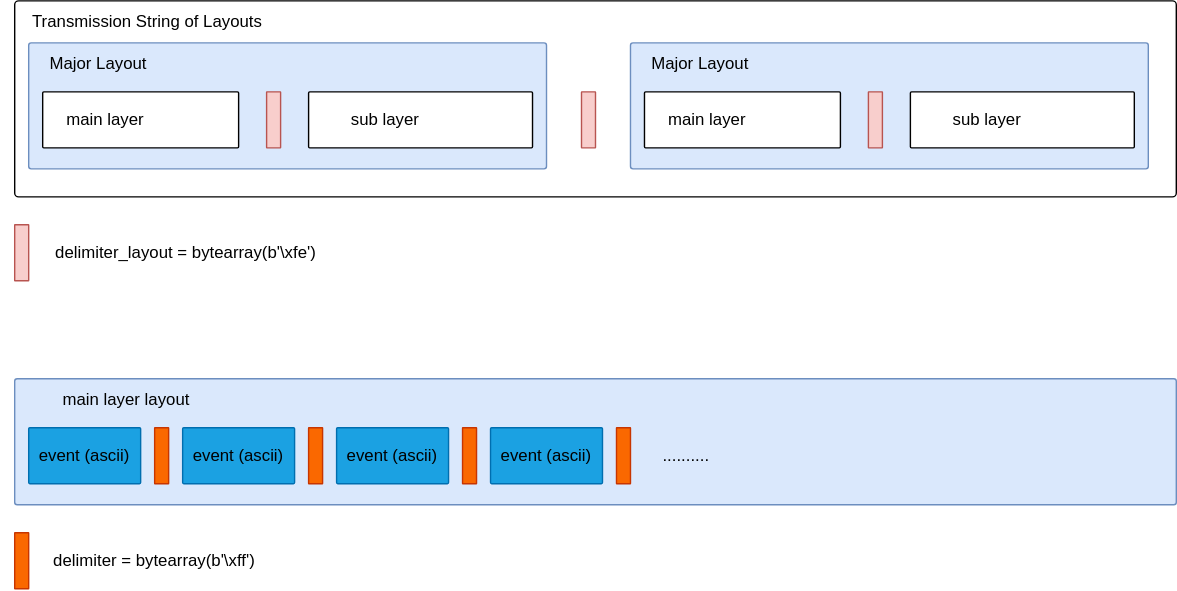
The draw.io diagram readme/layout-transmition.svg in LYNXware/LYNXapp__version_3, before a commit. Source tidied: cells renumbered, new cells last; positions are measured from the earlier drawing's top-left corner, leaving out a move shared by most shapes.
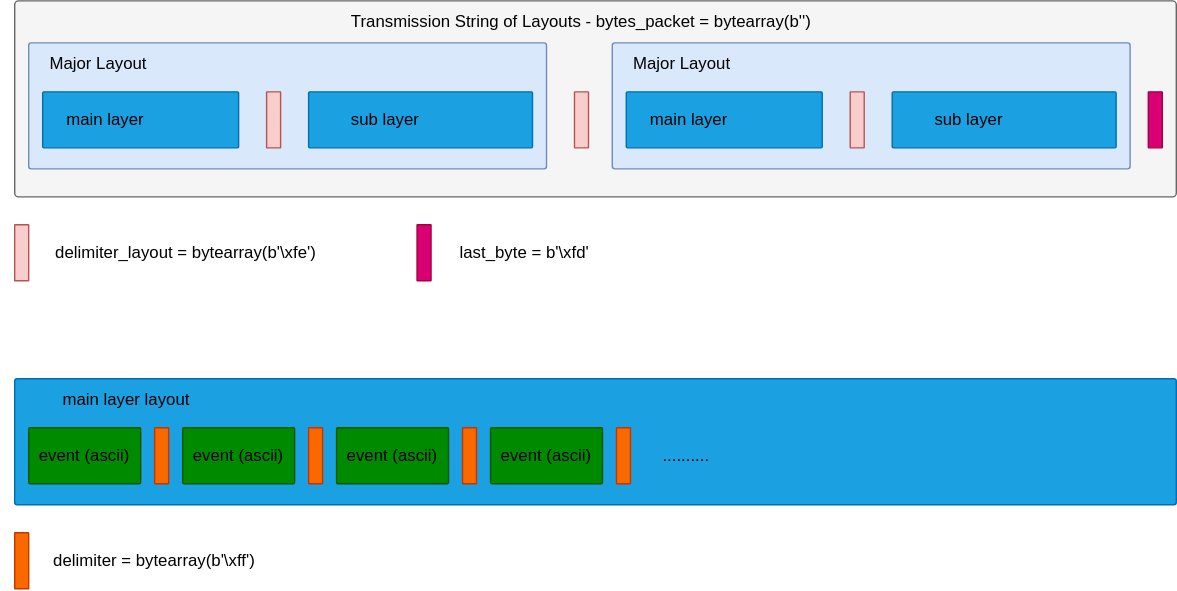
Later version of the same file.

The edit, as a diff of the source:
```diff
@@ -2,19 +2,19 @@
   <root>
     <mxCell id="0" />
     <mxCell id="1" parent="0" />
-    <mxCell id="2" style="rounded=1;whiteSpace=wrap;html=1;arcSize=2;" parent="1" vertex="1">
+    <mxCell id="2" style="rounded=1;whiteSpace=wrap;html=1;arcSize=2;fillColor=#f5f5f5;fontColor=#333333;strokeColor=#666666;" parent="1" vertex="1">
       <mxGeometry x="10" width="830" height="140" as="geometry" />
     </mxCell>
-    <mxCell id="3" value="Transmission String of Layouts" style="text;html=1;strokeColor=none;fillColor=none;align=center;verticalAlign=middle;whiteSpace=wrap;rounded=0;" parent="1" vertex="1">
-      <mxGeometry width="210" height="30" as="geometry" />
+    <mxCell id="3" value="Transmission String of Layouts -&amp;nbsp;bytes_packet = bytearray(b'')" style="text;html=1;strokeColor=none;fillColor=none;align=center;verticalAlign=middle;whiteSpace=wrap;rounded=0;" parent="1" vertex="1">
+      <mxGeometry width="830" height="30" as="geometry" />
     </mxCell>
     <mxCell id="4" style="rounded=1;whiteSpace=wrap;html=1;arcSize=2;fillColor=#dae8fc;strokeColor=#6c8ebf;" parent="1" vertex="1">
       <mxGeometry x="20" y="30" width="370" height="90" as="geometry" />
     </mxCell>
-    <mxCell id="5" style="rounded=1;whiteSpace=wrap;html=1;arcSize=2;" parent="1" vertex="1">
+    <mxCell id="5" style="rounded=1;whiteSpace=wrap;html=1;arcSize=2;fillColor=#1ba1e2;fontColor=#ffffff;strokeColor=#006EAF;" parent="1" vertex="1">
       <mxGeometry x="30" y="65" width="140" height="40" as="geometry" />
     </mxCell>
-    <mxCell id="6" style="rounded=1;whiteSpace=wrap;html=1;arcSize=2;" parent="1" vertex="1">
+    <mxCell id="6" style="rounded=1;whiteSpace=wrap;html=1;arcSize=2;fillColor=#1ba1e2;fontColor=#ffffff;strokeColor=#006EAF;" parent="1" vertex="1">
       <mxGeometry x="220" y="65" width="160" height="40" as="geometry" />
     </mxCell>
     <mxCell id="7" value="Major Layout" style="text;html=1;strokeColor=none;fillColor=none;align=center;verticalAlign=middle;whiteSpace=wrap;rounded=0;" parent="1" vertex="1">
@@ -36,33 +36,33 @@
       <mxGeometry x="20" y="165" width="225" height="30" as="geometry" />
     </mxCell>
     <mxCell id="13" style="rounded=1;whiteSpace=wrap;html=1;arcSize=2;fillColor=#dae8fc;strokeColor=#6c8ebf;" parent="1" vertex="1">
-      <mxGeometry x="450" y="30" width="370" height="90" as="geometry" />
+      <mxGeometry x="437" y="30" width="370" height="90" as="geometry" />
     </mxCell>
-    <mxCell id="14" style="rounded=1;whiteSpace=wrap;html=1;arcSize=2;" parent="1" vertex="1">
-      <mxGeometry x="460" y="65" width="140" height="40" as="geometry" />
+    <mxCell id="14" style="rounded=1;whiteSpace=wrap;html=1;arcSize=2;fillColor=#1ba1e2;fontColor=#ffffff;strokeColor=#006EAF;" parent="1" vertex="1">
+      <mxGeometry x="447" y="65" width="140" height="40" as="geometry" />
     </mxCell>
-    <mxCell id="15" style="rounded=1;whiteSpace=wrap;html=1;arcSize=2;" parent="1" vertex="1">
-      <mxGeometry x="650" y="65" width="160" height="40" as="geometry" />
+    <mxCell id="15" style="rounded=1;whiteSpace=wrap;html=1;arcSize=2;fillColor=#1ba1e2;fontColor=#ffffff;strokeColor=#006EAF;" parent="1" vertex="1">
+      <mxGeometry x="637" y="65" width="160" height="40" as="geometry" />
     </mxCell>
     <mxCell id="16" value="Major Layout" style="text;html=1;strokeColor=none;fillColor=none;align=center;verticalAlign=middle;whiteSpace=wrap;rounded=0;" parent="1" vertex="1">
-      <mxGeometry x="450" y="30" width="100" height="30" as="geometry" />
+      <mxGeometry x="437" y="30" width="100" height="30" as="geometry" />
     </mxCell>
     <mxCell id="17" value="main layer" style="text;html=1;strokeColor=none;fillColor=none;align=center;verticalAlign=middle;whiteSpace=wrap;rounded=0;" parent="1" vertex="1">
-      <mxGeometry x="460" y="70" width="90" height="30" as="geometry" />
+      <mxGeometry x="447" y="70" width="90" height="30" as="geometry" />
     </mxCell>
     <mxCell id="18" value="sub layer" style="text;html=1;strokeColor=none;fillColor=none;align=center;verticalAlign=middle;whiteSpace=wrap;rounded=0;" parent="1" vertex="1">
-      <mxGeometry x="660" y="70" width="90" height="30" as="geometry" />
+      <mxGeometry x="647" y="70" width="90" height="30" as="geometry" />
     </mxCell>
     <mxCell id="19" style="rounded=1;whiteSpace=wrap;html=1;arcSize=2;fillColor=#f8cecc;strokeColor=#b85450;" parent="1" vertex="1">
-      <mxGeometry x="620" y="65" width="10" height="40" as="geometry" />
+      <mxGeometry x="607" y="65" width="10" height="40" as="geometry" />
     </mxCell>
     <mxCell id="20" style="rounded=1;whiteSpace=wrap;html=1;arcSize=2;fillColor=#f8cecc;strokeColor=#b85450;" parent="1" vertex="1">
-      <mxGeometry x="415" y="65" width="10" height="40" as="geometry" />
+      <mxGeometry x="410" y="65" width="10" height="40" as="geometry" />
     </mxCell>
-    <mxCell id="21" style="rounded=1;whiteSpace=wrap;html=1;arcSize=2;fillColor=#dae8fc;strokeColor=#6c8ebf;" parent="1" vertex="1">
+    <mxCell id="21" style="rounded=1;whiteSpace=wrap;html=1;arcSize=2;fillColor=#1ba1e2;strokeColor=#006EAF;fontColor=#ffffff;" parent="1" vertex="1">
       <mxGeometry x="10" y="270" width="830" height="90" as="geometry" />
     </mxCell>
-    <mxCell id="22" style="rounded=1;whiteSpace=wrap;html=1;arcSize=2;fillColor=#1ba1e2;fontColor=#ffffff;strokeColor=#006EAF;" parent="1" vertex="1">
+    <mxCell id="22" style="rounded=1;whiteSpace=wrap;html=1;arcSize=2;fillColor=#008a00;fontColor=#ffffff;strokeColor=#005700;" parent="1" vertex="1">
       <mxGeometry x="20" y="305" width="80" height="40" as="geometry" />
     </mxCell>
     <mxCell id="23" value="main layer layout" style="text;html=1;strokeColor=none;fillColor=none;align=center;verticalAlign=middle;whiteSpace=wrap;rounded=0;" parent="1" vertex="1">
@@ -80,7 +80,7 @@
     <mxCell id="27" value="delimiter = bytearray(b'\xff')" style="text;html=1;strokeColor=none;fillColor=none;align=center;verticalAlign=middle;whiteSpace=wrap;rounded=0;" parent="1" vertex="1">
       <mxGeometry x="20" y="385" width="180" height="30" as="geometry" />
     </mxCell>
-    <mxCell id="28" style="rounded=1;whiteSpace=wrap;html=1;arcSize=2;fillColor=#1ba1e2;fontColor=#ffffff;strokeColor=#006EAF;" parent="1" vertex="1">
+    <mxCell id="28" style="rounded=1;whiteSpace=wrap;html=1;arcSize=2;fillColor=#008a00;fontColor=#ffffff;strokeColor=#005700;" parent="1" vertex="1">
       <mxGeometry x="130" y="305" width="80" height="40" as="geometry" />
     </mxCell>
     <mxCell id="29" value="event (ascii)" style="text;html=1;strokeColor=none;fillColor=none;align=center;verticalAlign=middle;whiteSpace=wrap;rounded=0;" parent="1" vertex="1">
@@ -89,7 +89,7 @@
     <mxCell id="30" style="rounded=1;whiteSpace=wrap;html=1;arcSize=2;fillColor=#fa6800;strokeColor=#C73500;fontColor=#000000;" parent="1" vertex="1">
       <mxGeometry x="220" y="305" width="10" height="40" as="geometry" />
     </mxCell>
-    <mxCell id="31" style="rounded=1;whiteSpace=wrap;html=1;arcSize=2;fillColor=#1ba1e2;fontColor=#ffffff;strokeColor=#006EAF;" parent="1" vertex="1">
+    <mxCell id="31" style="rounded=1;whiteSpace=wrap;html=1;arcSize=2;fillColor=#008a00;fontColor=#ffffff;strokeColor=#005700;" parent="1" vertex="1">
       <mxGeometry x="240" y="305" width="80" height="40" as="geometry" />
     </mxCell>
     <mxCell id="32" value="event (ascii)" style="text;html=1;strokeColor=none;fillColor=none;align=center;verticalAlign=middle;whiteSpace=wrap;rounded=0;" parent="1" vertex="1">
@@ -98,7 +98,7 @@
     <mxCell id="33" style="rounded=1;whiteSpace=wrap;html=1;arcSize=2;fillColor=#fa6800;strokeColor=#C73500;fontColor=#000000;" parent="1" vertex="1">
       <mxGeometry x="330" y="305" width="10" height="40" as="geometry" />
     </mxCell>
-    <mxCell id="34" style="rounded=1;whiteSpace=wrap;html=1;arcSize=2;fillColor=#1ba1e2;fontColor=#ffffff;strokeColor=#006EAF;" parent="1" vertex="1">
+    <mxCell id="34" style="rounded=1;whiteSpace=wrap;html=1;arcSize=2;fillColor=#008a00;fontColor=#ffffff;strokeColor=#005700;" parent="1" vertex="1">
       <mxGeometry x="350" y="305" width="80" height="40" as="geometry" />
     </mxCell>
     <mxCell id="35" value="event (ascii)" style="text;html=1;strokeColor=none;fillColor=none;align=center;verticalAlign=middle;whiteSpace=wrap;rounded=0;" parent="1" vertex="1">
@@ -110,5 +110,14 @@
     <mxCell id="37" value=".........." style="text;html=1;strokeColor=none;fillColor=none;align=center;verticalAlign=middle;whiteSpace=wrap;rounded=0;" parent="1" vertex="1">
       <mxGeometry x="450" y="305" width="80" height="40" as="geometry" />
     </mxCell>
+    <mxCell id="38" style="rounded=1;whiteSpace=wrap;html=1;arcSize=2;fillColor=#d80073;strokeColor=#A50040;fontColor=#ffffff;" parent="1" vertex="1">
+      <mxGeometry x="820" y="65" width="10" height="40" as="geometry" />
+    </mxCell>
+    <mxCell id="39" style="rounded=1;whiteSpace=wrap;html=1;arcSize=2;fillColor=#d80073;strokeColor=#A50040;fontColor=#ffffff;" parent="1" vertex="1">
+      <mxGeometry x="297.5" y="160" width="10" height="40" as="geometry" />
+    </mxCell>
+    <mxCell id="40" value="last_byte = b'\xfd'" style="text;html=1;strokeColor=none;fillColor=none;align=center;verticalAlign=middle;whiteSpace=wrap;rounded=0;" parent="1" vertex="1">
+      <mxGeometry x="307.5" y="165" width="132.5" height="30" as="geometry" />
+    </mxCell>
   </root>
 </mxGraphModel>
```
